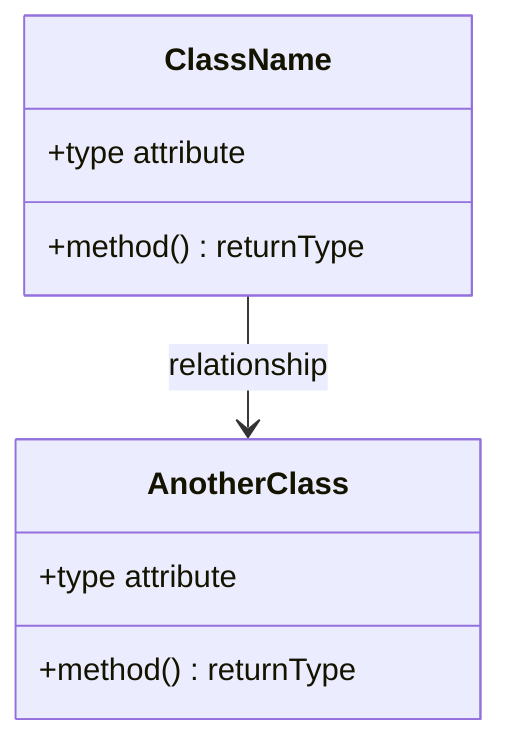
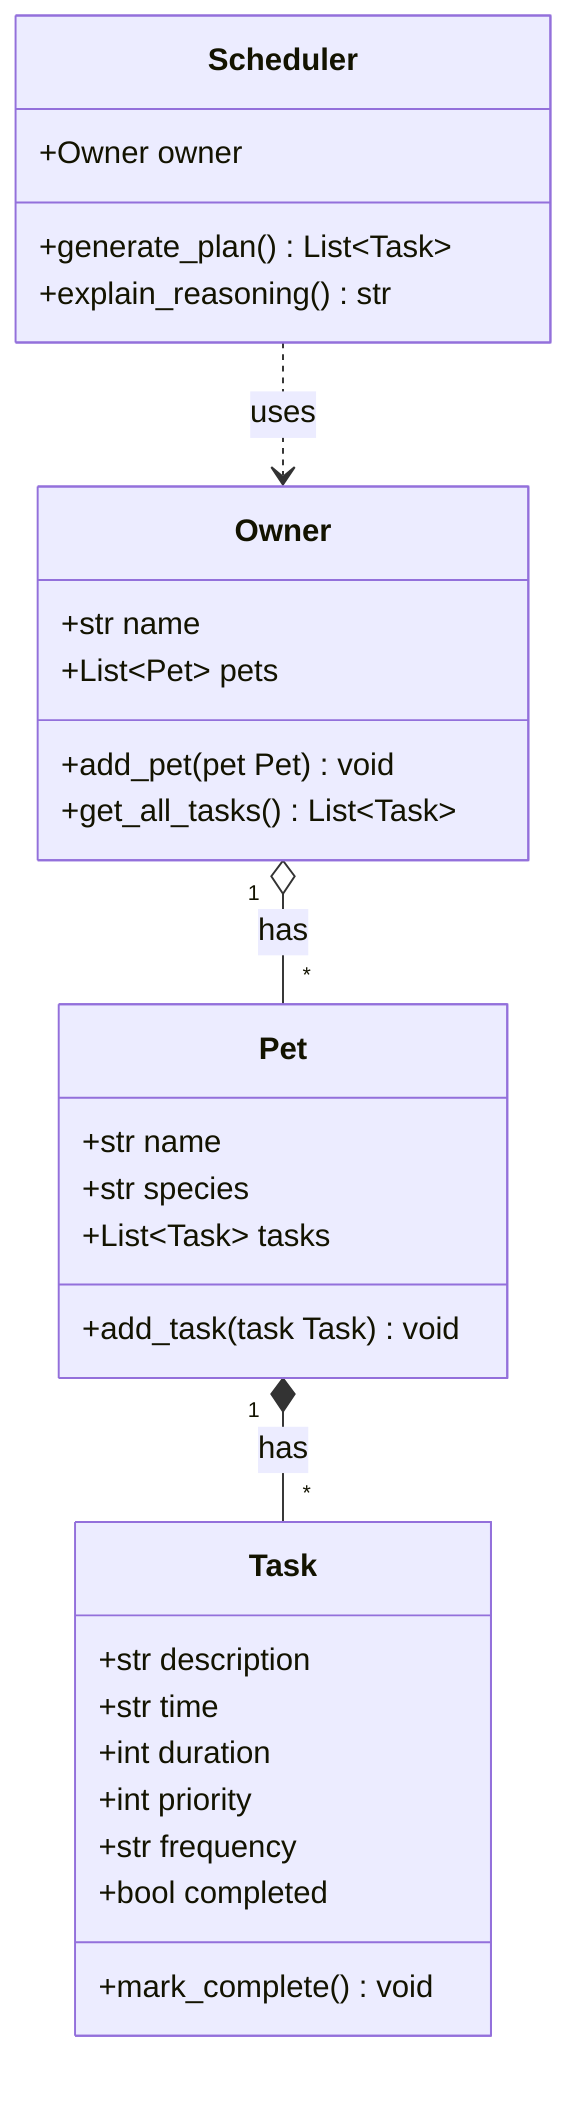
classDiagram
-     %% Replace the placeholders below with your actual classes, attributes, methods, and relationships.
-     %% Keep this file updated so it matches your final implementation.
- 
-     class ClassName {
-         +type attribute
-         +method() returnType
+     class Owner {
+         +str name
+         +List~Pet~ pets
+         +add_pet(pet Pet) void
+         +get_all_tasks() List~Task~
    }

-     class AnotherClass {
-         +type attribute
-         +method() returnType
+     class Pet {
+         +str name
+         +str species
+         +List~Task~ tasks
+         +add_task(task Task) void
    }

-     ClassName --> AnotherClass : relationship
+     class Task {
+         +str description
+         +str time
+         +int duration
+         +int priority
+         +str frequency
+         +bool completed
+         +mark_complete() void
+     }
+ 
+     class Scheduler {
+         +Owner owner
+         +generate_plan() List~Task~
+         +explain_reasoning() str
+     }
+ 
+     Owner "1" o-- "*" Pet : has
+     Pet "1" *-- "*" Task : has
+     Scheduler ..> Owner : uses
